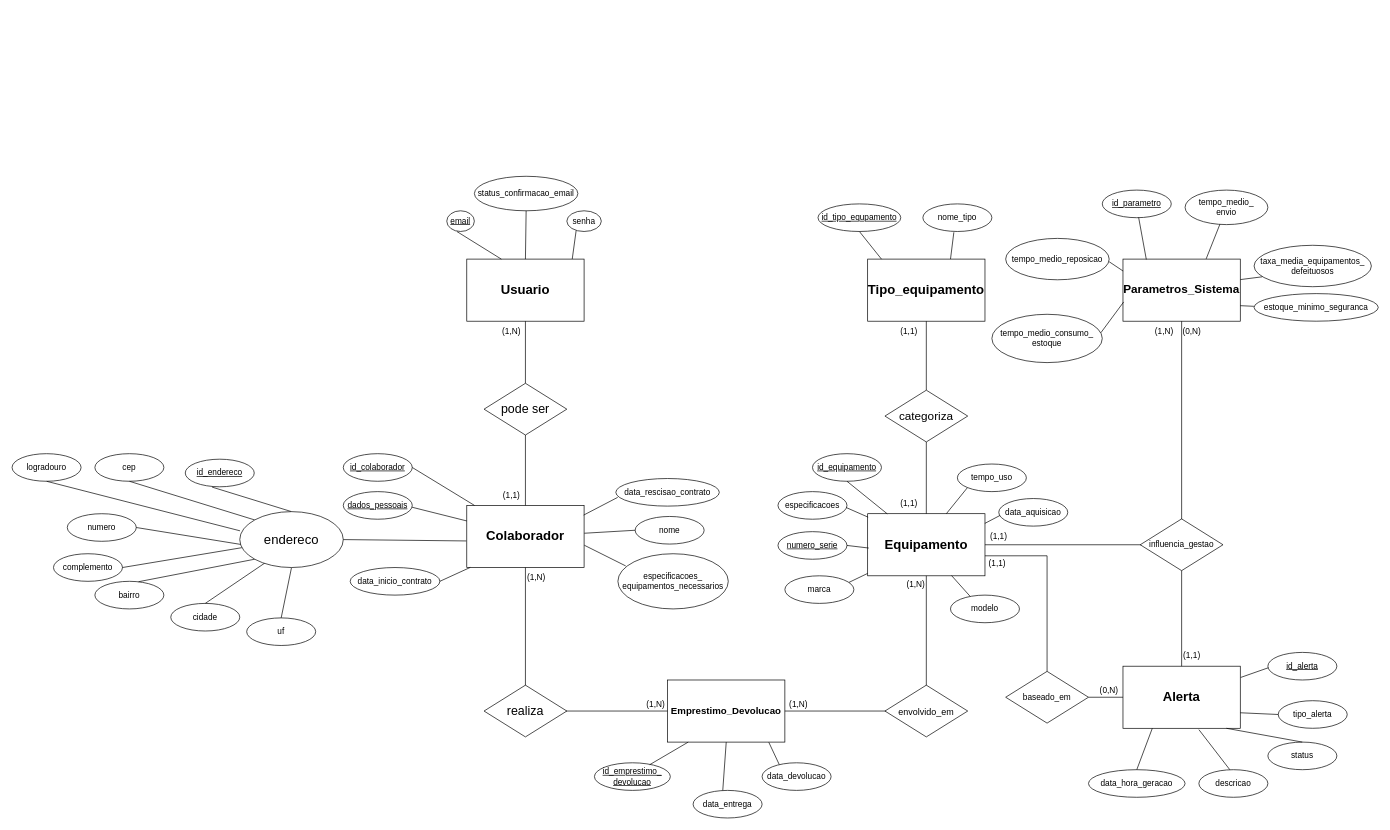
Earlier version of the draw.io diagram DER E MER/(DER) - Equipamentos Raros.drawio (Luis6090/API-gestao-de-equipamentos-eletronicos). Source tidied: cells renumbered, new cells numbered last; positions are measured from the earlier drawing's top-left corner, leaving out a move shared by most shapes. Both pictures are drawn from the tidied source at 69%, with x=0, y=0 at pixel (12, 176).
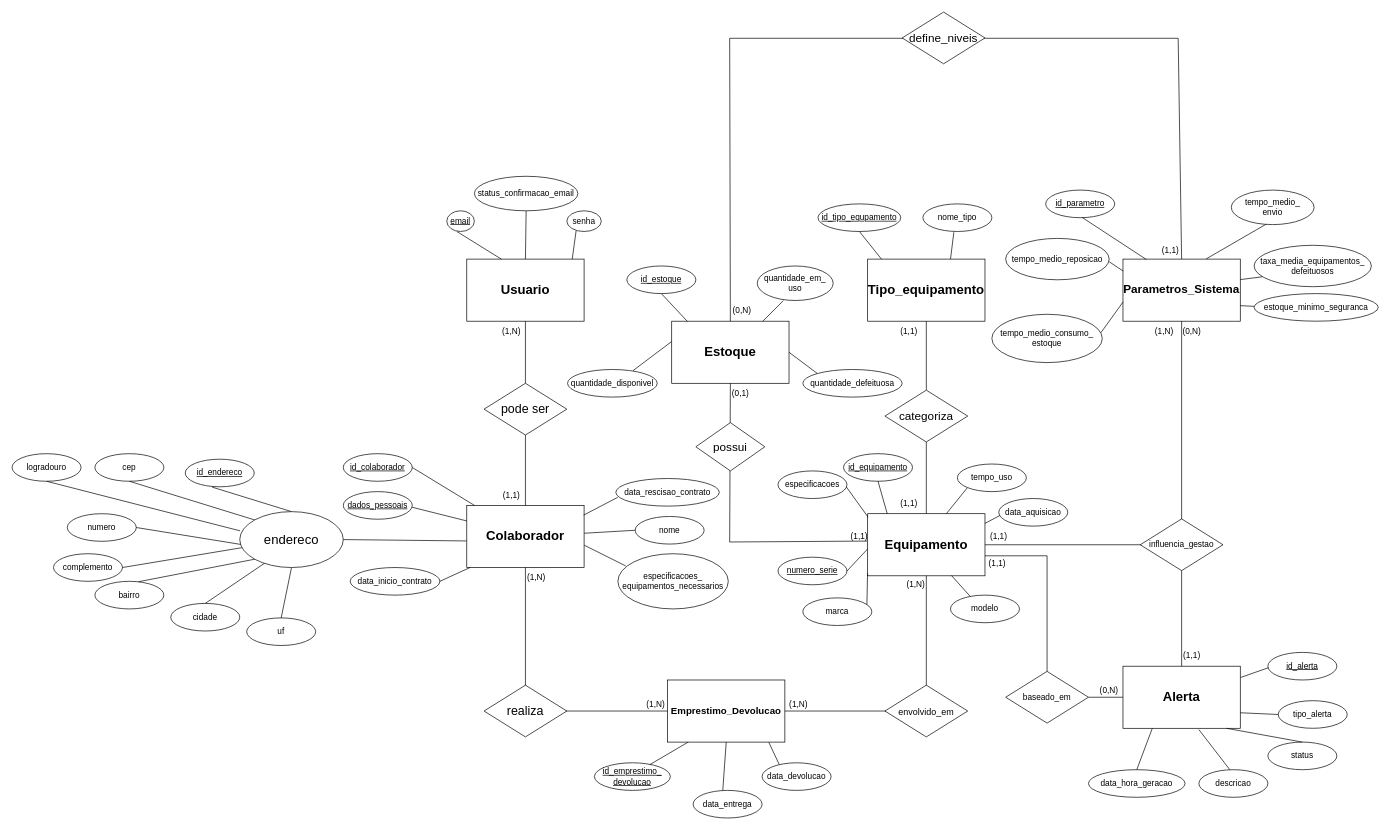
Above is the later version.

Commit message (it also covers changes not shown here):
incluida a entidade estoque

Unchanged cells that the change refers to:
```xml
<mxCell id="2" value="&lt;font style=&quot;font-size: 19px;&quot;&gt;&lt;b&gt;Equipamento&lt;/b&gt;&lt;/font&gt;" style="whiteSpace=wrap;html=1;align=center;rounded=0;labelBackgroundColor=none;" parent="1" vertex="1">
  <mxGeometry x="1240" y="489" width="170" height="90" as="geometry" />
</mxCell>
<mxCell id="18" value="&lt;font style=&quot;font-size: 17px;&quot;&gt;&lt;b&gt;Parametros_Sistema&lt;/b&gt;&lt;/font&gt;" style="whiteSpace=wrap;html=1;align=center;rounded=0;labelBackgroundColor=none;" parent="1" vertex="1">
  <mxGeometry x="1610" y="120" width="170" height="90" as="geometry" />
</mxCell>
<mxCell id="56" value="tempo_medio_consumo_&lt;div&gt;estoque&lt;/div&gt;" style="ellipse;whiteSpace=wrap;html=1;align=center;" parent="1" vertex="1">
  <mxGeometry x="1420" y="200" width="160" height="70" as="geometry" />
</mxCell>
```

Diff of the diagram source:
```diff
@@
     <mxCell id="48" value="id_equipamento" style="ellipse;whiteSpace=wrap;html=1;align=center;fontStyle=4;" parent="1" vertex="1">
-      <mxGeometry x="1160" y="402" width="100" height="40" as="geometry" />
+      <mxGeometry x="1205" y="402" width="100" height="40" as="geometry" />
     </mxCell>
     <mxCell id="49" value="especificacoes" style="ellipse;whiteSpace=wrap;html=1;align=center;" parent="1" vertex="1">
-      <mxGeometry x="1110" y="457" width="100" height="40" as="geometry" />
+      <mxGeometry x="1110" y="427" width="100" height="40" as="geometry" />
     </mxCell>
@@
     <mxCell id="53" value="marca" style="ellipse;whiteSpace=wrap;html=1;align=center;" parent="1" vertex="1">
-      <mxGeometry x="1120" y="579" width="100" height="40" as="geometry" />
+      <mxGeometry x="1146" y="611" width="100" height="40" as="geometry" />
     </mxCell>
     <mxCell id="54" value="numero_serie" style="ellipse;whiteSpace=wrap;html=1;align=center;fontStyle=4;" parent="1" vertex="1">
-      <mxGeometry x="1110" y="515" width="100" height="40" as="geometry" />
+      <mxGeometry x="1110" y="552" width="100" height="40" as="geometry" />
     </mxCell>
@@
     <mxCell id="58" value="tempo_medio_&lt;div&gt;envio&lt;/div&gt;" style="ellipse;whiteSpace=wrap;html=1;align=center;" parent="1" vertex="1">
-      <mxGeometry x="1700" y="20" width="120" height="50" as="geometry" />
+      <mxGeometry x="1767" y="20" width="120" height="50" as="geometry" />
     </mxCell>
@@
     <mxCell id="60" value="id_parametro" style="ellipse;whiteSpace=wrap;html=1;align=center;fontStyle=4;" parent="1" vertex="1">
-      <mxGeometry x="1580" y="20" width="100" height="40" as="geometry" />
+      <mxGeometry x="1498" y="20" width="100" height="40" as="geometry" />
     </mxCell>
-    <mxCell id="61" style="endArrow=none;html=1;rounded=0;exitX=0.987;exitY=0.383;exitDx=0;exitDy=0;exitPerimeter=0;entryX=0.006;entryY=0.69;entryDx=0;entryDy=0;entryPerimeter=0;" parent="1" edge="1" source="56" target="18">
+    <mxCell id="61" style="endArrow=none;html=1;rounded=0;exitX=0.987;exitY=0.383;exitDx=0;exitDy=0;exitPerimeter=0;entryX=0.001;entryY=0.69;entryDx=0;entryDy=0;entryPerimeter=0;" parent="1" edge="1" source="56" target="18">
       <mxGeometry relative="1" as="geometry" />
     </mxCell>
@@
-    <mxCell id="69" style="endArrow=none;html=1;rounded=0;exitX=1;exitY=0.5;exitDx=0;exitDy=0;entryX=0.009;entryY=0.553;entryDx=0;entryDy=0;entryPerimeter=0;" parent="1" edge="1" source="54" target="2">
-      <mxGeometry relative="1" as="geometry" />
+    <mxCell id="69" style="endArrow=none;html=1;rounded=0;exitX=1;exitY=0.5;exitDx=0;exitDy=0;" parent="1" edge="1" source="54">
+      <mxGeometry relative="1" as="geometry">
+        <mxPoint x="1240" y="540" as="targetPoint" />
+      </mxGeometry>
     </mxCell>
@@
+    <mxCell id="121" value="&lt;font style=&quot;font-size: 19px;&quot;&gt;&lt;b&gt;Estoque&lt;/b&gt;&lt;/font&gt;" style="whiteSpace=wrap;html=1;align=center;rounded=0;labelBackgroundColor=none;" parent="1" vertex="1">
+      <mxGeometry x="956" y="210" width="170" height="90" as="geometry" />
+    </mxCell>
+    <mxCell id="122" style="endArrow=none;html=1;rounded=0;entryX=0.5;entryY=1;entryDx=0;entryDy=0;exitX=-0.006;exitY=0.441;exitDx=0;exitDy=0;exitPerimeter=0;" parent="1" edge="1" source="2" target="121">
+      <mxGeometry relative="1" as="geometry">
+        <Array as="points">
+          <mxPoint x="1040" y="530" />
+        </Array>
+      </mxGeometry>
+    </mxCell>
+    <mxCell id="123" style="endArrow=none;html=1;rounded=0;entryX=0.5;entryY=0;entryDx=0;entryDy=0;" parent="1" edge="1" target="18">
+      <mxGeometry relative="1" as="geometry">
+        <mxPoint x="1360" y="-200" as="sourcePoint" />
+        <Array as="points">
+          <mxPoint x="1690" y="-200" />
+        </Array>
+      </mxGeometry>
+    </mxCell>
+    <mxCell id="124" style="endArrow=none;html=1;rounded=0;entryX=0.5;entryY=0;entryDx=0;entryDy=0;" parent="1" edge="1" target="121">
+      <mxGeometry relative="1" as="geometry">
+        <mxPoint x="1360" y="-200" as="sourcePoint" />
+        <Array as="points">
+          <mxPoint x="1040" y="-200" />
+        </Array>
+      </mxGeometry>
+    </mxCell>
+    <mxCell id="125" value="&lt;font style=&quot;font-size: 17px;&quot;&gt;define_niveis&lt;/font&gt;" style="shape=rhombus;perimeter=rhombusPerimeter;whiteSpace=wrap;html=1;align=center;rounded=0;labelBackgroundColor=none;fontSize=19;" parent="1" vertex="1">
+      <mxGeometry x="1290" y="-238" width="120" height="75" as="geometry" />
+    </mxCell>
+    <mxCell id="126" value="&lt;font style=&quot;font-size: 17px;&quot;&gt;possui&lt;/font&gt;" style="shape=rhombus;perimeter=rhombusPerimeter;whiteSpace=wrap;html=1;align=center;rounded=0;labelBackgroundColor=none;fontSize=19;" parent="1" vertex="1">
+      <mxGeometry x="991" y="357" width="100" height="70" as="geometry" />
+    </mxCell>
+    <mxCell id="127" value="(1,1)" style="text;html=1;align=center;verticalAlign=middle;whiteSpace=wrap;rounded=0;" parent="1" vertex="1">
+      <mxGeometry x="1198" y="507" width="60" height="30" as="geometry" />
+    </mxCell>
+    <mxCell id="128" value="(0,1)" style="text;html=1;align=center;verticalAlign=middle;whiteSpace=wrap;rounded=0;" parent="1" vertex="1">
+      <mxGeometry x="1026" y="300" width="60" height="30" as="geometry" />
+    </mxCell>
+    <mxCell id="129" value="(1,1)" style="text;html=1;align=center;verticalAlign=middle;whiteSpace=wrap;rounded=0;" parent="1" vertex="1">
+      <mxGeometry x="1649" y="92" width="60" height="30" as="geometry" />
+    </mxCell>
+    <mxCell id="130" value="(0,N)" style="text;html=1;align=center;verticalAlign=middle;whiteSpace=wrap;rounded=0;" parent="1" vertex="1">
+      <mxGeometry x="1028" y="180" width="60" height="30" as="geometry" />
+    </mxCell>
+    <mxCell id="131" value="id_estoque" style="ellipse;whiteSpace=wrap;html=1;align=center;fontStyle=4;" parent="1" vertex="1">
+      <mxGeometry x="891" y="130" width="100" height="40" as="geometry" />
+    </mxCell>
+    <mxCell id="132" value="quantidade_defeituosa" style="ellipse;whiteSpace=wrap;html=1;align=center;" parent="1" vertex="1">
+      <mxGeometry x="1146" y="280" width="144" height="40" as="geometry" />
+    </mxCell>
+    <mxCell id="133" value="quantidade_disponivel" style="ellipse;whiteSpace=wrap;html=1;align=center;" parent="1" vertex="1">
+      <mxGeometry x="805" y="280" width="130" height="40" as="geometry" />
+    </mxCell>
+    <mxCell id="134" value="quantidade_em_&lt;div&gt;uso&lt;/div&gt;" style="ellipse;whiteSpace=wrap;html=1;align=center;" parent="1" vertex="1">
+      <mxGeometry x="1080" y="130" width="110" height="50" as="geometry" />
+    </mxCell>
+    <mxCell id="135" style="endArrow=none;html=1;rounded=0;exitX=0.5;exitY=1;exitDx=0;exitDy=0;entryX=0.134;entryY=0.004;entryDx=0;entryDy=0;entryPerimeter=0;" parent="1" edge="1" source="131" target="121">
+      <mxGeometry relative="1" as="geometry" />
+    </mxCell>
+    <mxCell id="136" style="endArrow=none;html=1;rounded=0;entryX=0.344;entryY=1.002;entryDx=0;entryDy=0;entryPerimeter=0;exitX=1;exitY=1;exitDx=0;exitDy=0;" parent="1" edge="1" source="130" target="134">
+      <mxGeometry relative="1" as="geometry" />
+    </mxCell>
+    <mxCell id="137" style="endArrow=none;html=1;rounded=0;entryX=0;entryY=0;entryDx=0;entryDy=0;exitX=1;exitY=0.5;exitDx=0;exitDy=0;" parent="1" edge="1" source="121" target="132">
+      <mxGeometry relative="1" as="geometry" />
+    </mxCell>
+    <mxCell id="138" style="endArrow=none;html=1;rounded=0;entryX=-0.001;entryY=0.328;entryDx=0;entryDy=0;entryPerimeter=0;exitX=0.73;exitY=0.041;exitDx=0;exitDy=0;exitPerimeter=0;" parent="1" edge="1" source="133" target="121">
+      <mxGeometry relative="1" as="geometry" />
+    </mxCell>
```
